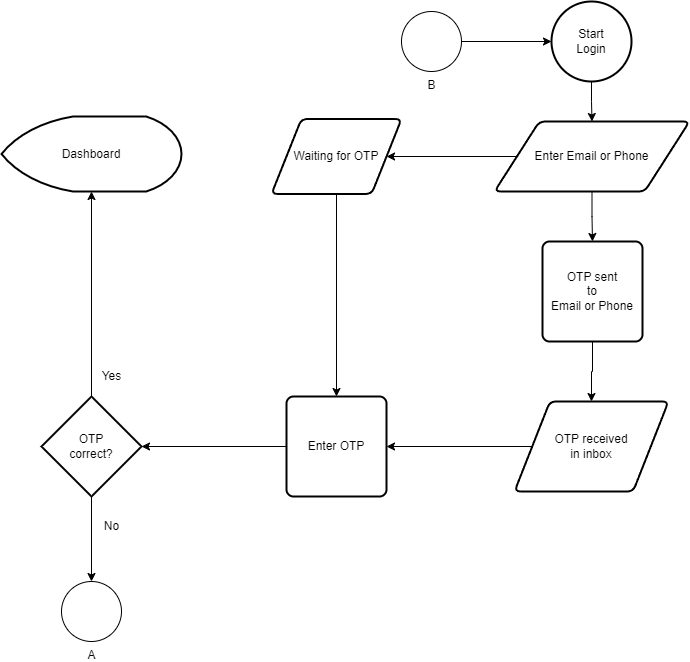
This is OTP Auth Workflow.drawio.png from jlauza/antcode, a draw.io export, as it was before one commit. Source tidied: cells renumbered, new cells last; positions are measured from the earlier drawing's top-left corner, leaving out a move shared by most shapes.
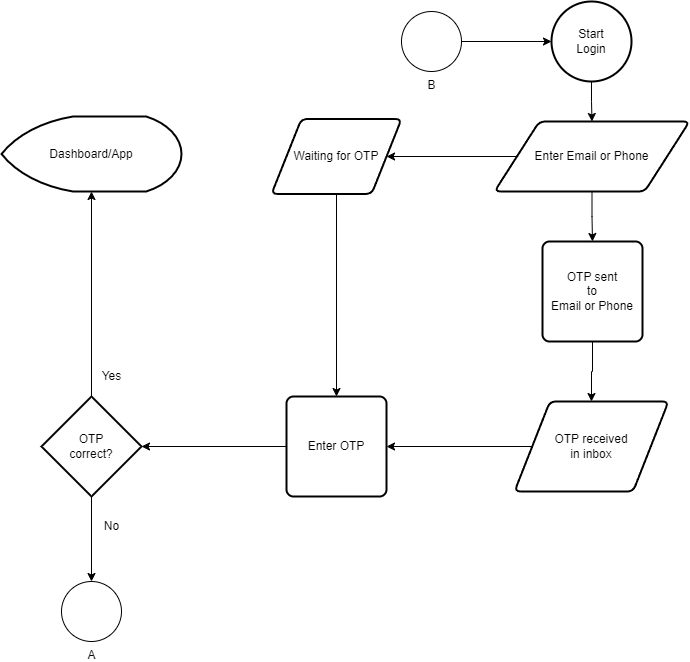
Later version of the same file.

Change to the diagram source:
```diff
@@ -50,7 +50,7 @@
     <mxCell id="17" value="OTP&lt;div&gt;correct?&lt;/div&gt;" style="strokeWidth=2;html=1;shape=mxgraph.flowchart.decision;whiteSpace=wrap;" parent="1" vertex="1">
       <mxGeometry x="40" y="395" width="100" height="100" as="geometry" />
     </mxCell>
-    <mxCell id="18" value="Dashboard" style="strokeWidth=2;html=1;shape=mxgraph.flowchart.display;whiteSpace=wrap;" parent="1" vertex="1">
+    <mxCell id="18" value="Dashboard/App" style="strokeWidth=2;html=1;shape=mxgraph.flowchart.display;whiteSpace=wrap;" parent="1" vertex="1">
       <mxGeometry y="115" width="180" height="75" as="geometry" />
     </mxCell>
     <mxCell id="19" value="Yes" style="text;html=1;align=center;verticalAlign=middle;strokeColor=none;fillColor=none;" parent="1" vertex="1">
```
